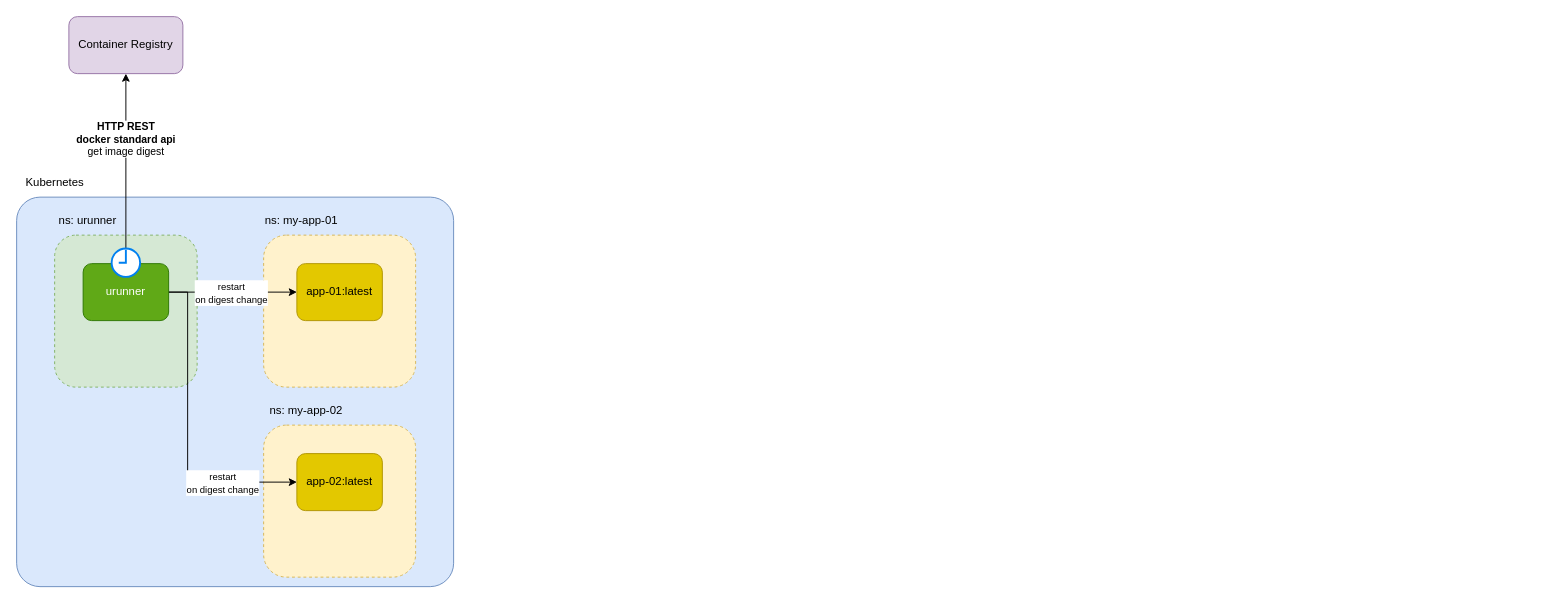
Above: asset/urunner.drawio in texano00/urunner (draw.io), before the change. Source tidied: cells renumbered, new cells numbered last; positions are measured from the earlier drawing's top-left corner, leaving out a move shared by most shapes. Both pictures are drawn from the tidied source at 95%, with x=0, y=0 at pixel (16, 16).
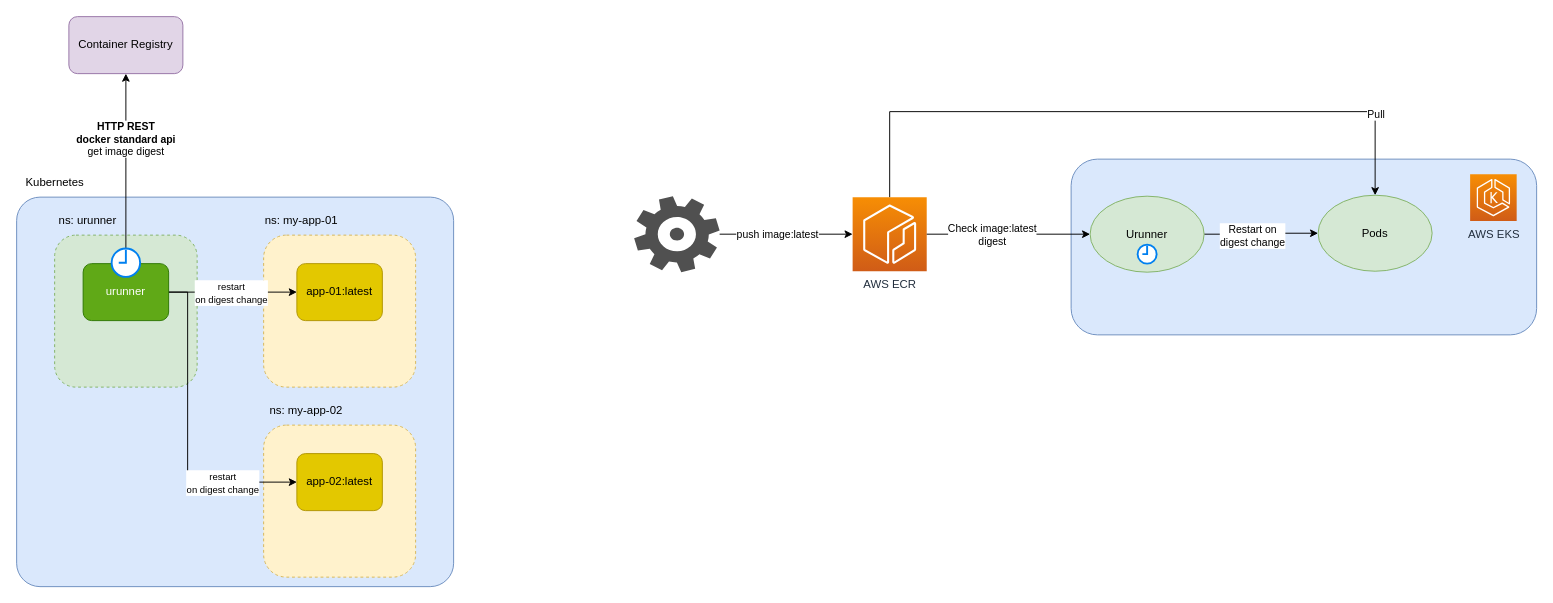
After the change.

Commit message (it also covers changes not shown here):
fix URUNNER_CONF_DOCKER_API_VERIFY config

What changed in the source:
```diff
@@
+    <mxCell id="21" style="rounded=1;whiteSpace=wrap;html=1;fillColor=#dae8fc;strokeColor=#6c8ebf;" parent="1" vertex="1">
+      <mxGeometry x="1110" y="150" width="490" height="185" as="geometry" />
+    </mxCell>
@@
+    <mxCell id="22" value="AWS ECR" style="sketch=0;points=[[0,0,0],[0.25,0,0],[0.5,0,0],[0.75,0,0],[1,0,0],[0,1,0],[0.25,1,0],[0.5,1,0],[0.75,1,0],[1,1,0],[0,0.25,0],[0,0.5,0],[0,0.75,0],[1,0.25,0],[1,0.5,0],[1,0.75,0]];outlineConnect=0;fontColor=#232F3E;gradientColor=#F78E04;gradientDirection=north;fillColor=#D05C17;strokeColor=#ffffff;dashed=0;verticalLabelPosition=bottom;verticalAlign=top;align=center;html=1;fontSize=12;fontStyle=0;shape=mxgraph.aws4.resourceIcon;resIcon=mxgraph.aws4.ecr;" parent="1" vertex="1">
+      <mxGeometry x="880" y="190" width="78" height="78" as="geometry" />
+    </mxCell>
+    <mxCell id="23" style="edgeStyle=orthogonalEdgeStyle;rounded=0;jettySize=auto;html=1;" parent="1" edge="1" source="25" target="22">
+      <mxGeometry relative="1" as="geometry" />
+    </mxCell>
+    <mxCell id="24" value="push image:latest" style="edgeLabel;html=1;align=center;verticalAlign=middle;" parent="23" vertex="1">
+      <mxGeometry x="-0.26" y="-2" relative="1" as="geometry">
+        <mxPoint x="8" y="-2" as="offset" />
+      </mxGeometry>
+    </mxCell>
+    <mxCell id="25" style="sketch=0;shadow=0;dashed=0;html=1;strokeColor=none;fillColor=#505050;labelPosition=center;verticalLabelPosition=bottom;verticalAlign=top;outlineConnect=0;align=center;shape=mxgraph.office.concepts.settings_office_365;" parent="1" vertex="1">
+      <mxGeometry x="650" y="189" width="90" height="80" as="geometry" />
+    </mxCell>
+    <mxCell id="26" value="AWS EKS" style="sketch=0;fontColor=#232F3E;gradientColor=#F78E04;gradientDirection=north;fillColor=#D05C17;strokeColor=#ffffff;dashed=0;verticalLabelPosition=bottom;verticalAlign=top;align=center;html=1;fontSize=12;fontStyle=0;shape=mxgraph.aws4.resourceIcon;resIcon=mxgraph.aws4.eks;" parent="1" vertex="1">
+      <mxGeometry x="1530" y="166" width="49" height="49" as="geometry" />
+    </mxCell>
+    <mxCell id="27" style="edgeStyle=orthogonalEdgeStyle;rounded=0;jettySize=auto;html=1;entryX=1;entryY=0.5;entryDx=0;entryDy=0;entryPerimeter=0;startArrow=classic;startFill=1;endArrow=none;endFill=0;" parent="1" edge="1" source="31" target="22">
+      <mxGeometry relative="1" as="geometry" />
+    </mxCell>
+    <mxCell id="28" value="Check image:latest&lt;br&gt;digest" style="edgeLabel;html=1;align=center;verticalAlign=middle;" parent="27" vertex="1">
+      <mxGeometry x="0.21" y="-3" relative="1" as="geometry">
+        <mxPoint y="3" as="offset" />
+      </mxGeometry>
+    </mxCell>
+    <mxCell id="29" style="edgeStyle=orthogonalEdgeStyle;rounded=0;jettySize=auto;html=1;" parent="1" edge="1" source="31" target="35">
+      <mxGeometry relative="1" as="geometry" />
+    </mxCell>
+    <mxCell id="30" value="Restart on&lt;br&gt;digest change" style="edgeLabel;html=1;align=center;verticalAlign=middle;" parent="29" vertex="1">
+      <mxGeometry x="-0.3" relative="1" as="geometry">
+        <mxPoint x="8" y="1" as="offset" />
+      </mxGeometry>
+    </mxCell>
+    <mxCell id="31" value="Urunner" style="ellipse;whiteSpace=wrap;html=1;fillColor=#d5e8d4;strokeColor=#82b366;" parent="1" vertex="1">
+      <mxGeometry x="1130" y="189" width="120" height="80" as="geometry" />
+    </mxCell>
+    <mxCell id="32" style="html=1;verticalLabelPosition=bottom;align=center;labelBackgroundColor=#ffffff;verticalAlign=top;strokeWidth=2;strokeColor=#0080F0;shadow=0;dashed=0;shape=mxgraph.ios7.icons.clock;" parent="1" vertex="1">
+      <mxGeometry x="1180" y="240" width="20" height="20" as="geometry" />
+    </mxCell>
+    <mxCell id="33" style="edgeStyle=orthogonalEdgeStyle;rounded=0;jettySize=auto;html=1;entryX=0.5;entryY=0;entryDx=0;entryDy=0;entryPerimeter=0;endArrow=none;endFill=0;startArrow=classic;startFill=1;exitX=0.5;exitY=0;exitDx=0;exitDy=0;" parent="1" edge="1" source="35" target="22">
+      <mxGeometry relative="1" as="geometry">
+        <Array as="points">
+          <mxPoint x="1430" y="100" />
+          <mxPoint x="919" y="100" />
+        </Array>
+      </mxGeometry>
+    </mxCell>
+    <mxCell id="34" value="Pull" style="edgeLabel;html=1;align=center;verticalAlign=middle;" parent="33" vertex="1">
+      <mxGeometry x="-0.75" relative="1" as="geometry" />
+    </mxCell>
+    <mxCell id="35" value="Pods" style="ellipse;whiteSpace=wrap;html=1;fillColor=#d5e8d4;strokeColor=#82b366;" parent="1" vertex="1">
+      <mxGeometry x="1370" y="188" width="120" height="80" as="geometry" />
+    </mxCell>
```
